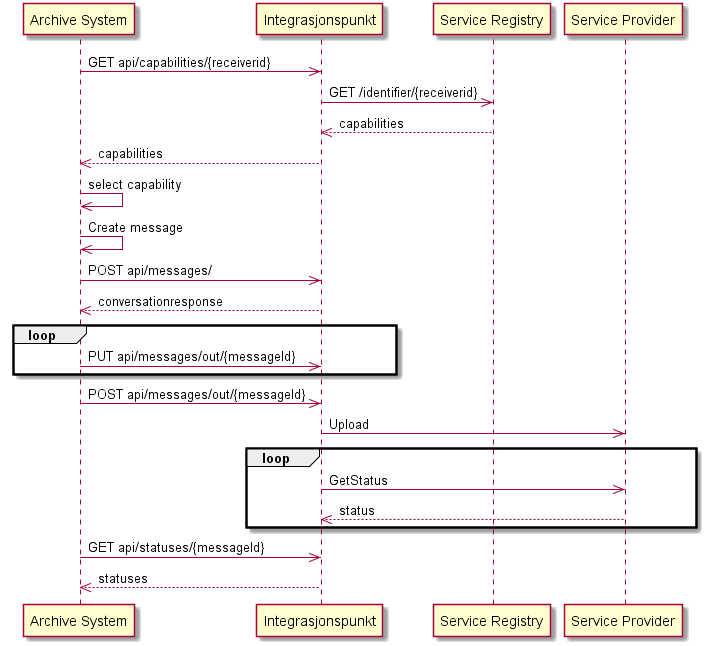
Earlier version of the PlantUML export images/eformidling/create-message.png (felleslosninger/docs).
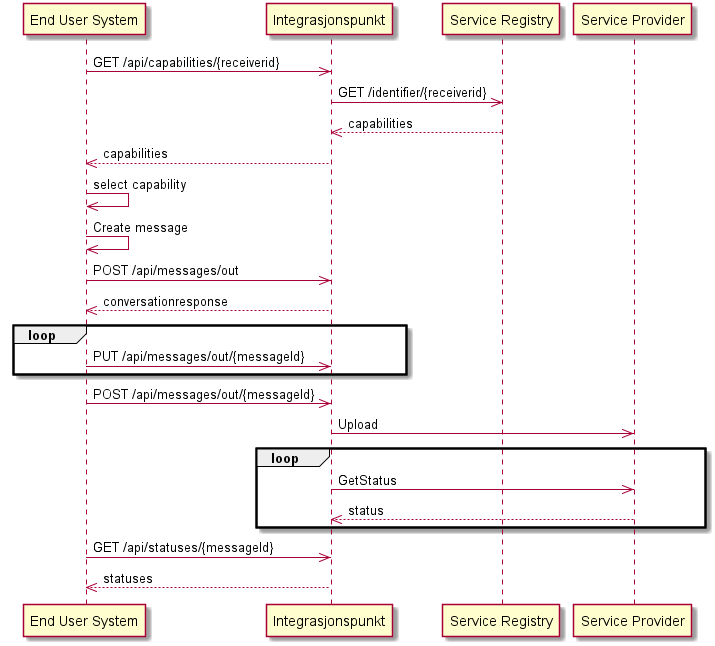
Later version of the same file.

The edit, as a diff of the source:
```diff
@@ -1,10 +1,10 @@
 @startuml
-    participant "Archive System" as fs
+    participant "End User System" as fs
     participant Integrasjonspunkt as ip
     participant "Service Registry" as sr
     participant "Service Provider" as mf
 
-    fs->>ip: GET api/capabilities/{receiverid}
+    fs->>ip: GET /api/capabilities/{receiverid}
 
     ip->>sr: GET /identifier/{receiverid}
     sr-->>ip: capabilities
@@ -12,12 +12,12 @@
     ip-->>fs: capabilities
     fs->>fs: select capability
     fs->>fs: Create message
-    fs->>ip: POST api/messages/
+    fs->>ip: POST /api/messages/out
     ip-->>fs: conversationresponse
     loop
-    fs->>ip: PUT api/messages/out/{messageId}
+    fs->>ip: PUT /api/messages/out/{messageId}
     end
-    fs->>ip: POST api/messages/out/{messageId}
+    fs->>ip: POST /api/messages/out/{messageId}
 
     ip->>mf: Upload
     loop
@@ -25,6 +25,6 @@
         mf-->>ip: status
     end
 
-    fs->>ip: GET api/statuses/{messageId}
+    fs->>ip: GET /api/statuses/{messageId}
     ip-->>fs: statuses
 @enduml
```
